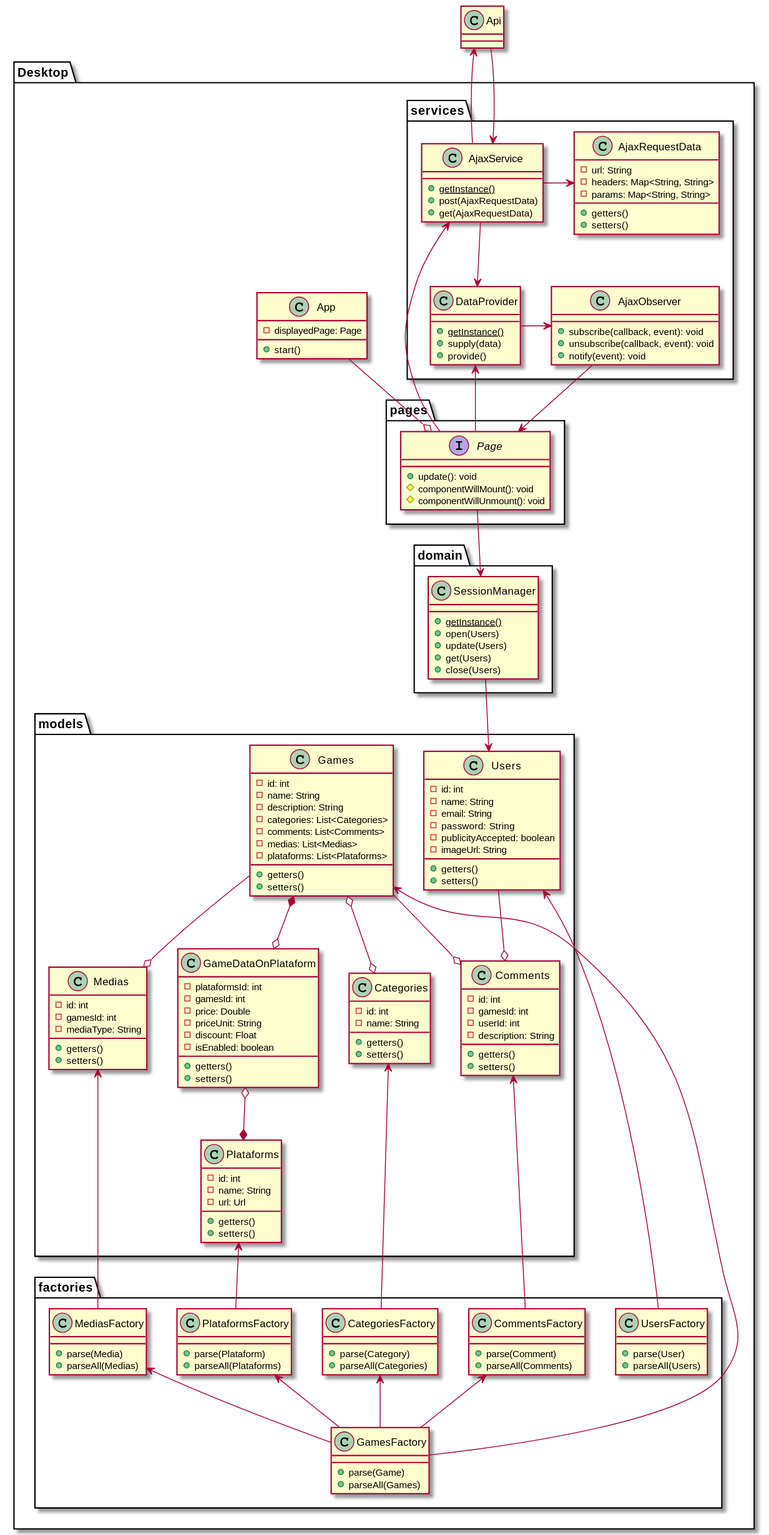
The PlantUML diagram docs/diagrams/out/Client Class Diagram.svg in DainWs/VoidEyeGames, before a commit. Source of this version:
```plantuml
@startuml Client Class Diagram
skinparam groupInheritance 5

class Api {}

namespace Desktop {
 namespace pages {
  interface Page {
    +update(): void
    #componentWillMount(): void
    #componentWillUnmount(): void
  }
 }
 namespace models {
  class Games {
   -id: int
   -name: String
   -description: String
   -categories: List<Categories>
   -comments: List<Comments>
   -medias: List<Medias>
   -plataforms: List<Plataforms>
   +getters()
   +setters()
  }
  class Categories {
   -id: int
   -name: String
   +getters()
   +setters()
  }
  class Comments {
   -id: int
   -gamesId: int
   -userId: int
   -description: String
   +getters()
   +setters()
  }
  class Medias {
   -id: int
   -gamesId: int
   -mediaType: String
   +getters()
   +setters()
  }
  class GameDataOnPlataform {
   -plataformsId: int
   -gamesId: int
   -price: Double
   -priceUnit: String
   -discount: Float
   -isEnabled: boolean
   +getters()
   +setters()
  }
  class Plataforms {
   -id: int
   -name: String
   -url: Url
   +getters()
   +setters()
  }
  class Users {
   -id: int
   -name: String
   -email: String
   -password: String
   -publicityAccepted: boolean
   -imageUrl: String
   +getters()
   +setters()
  }
  Games *--o GameDataOnPlataform
  GameDataOnPlataform o--* Plataforms
  Games o--o Categories
  Games --o Comments
  Users --o Comments
  Games --o Medias
 }
 namespace factories {
  class UsersFactory {
   +parse(User)
   +parseAll(Users)
  }
  Desktop.models.Users <-u- UsersFactory
  class GamesFactory {
   +parse(Game)
   +parseAll(Games)
  }
  Desktop.models.Games <--r-- GamesFactory
  class CategoriesFactory {
   +parse(Category)
   +parseAll(Categories)
  }
  Desktop.models.Categories <-down-- CategoriesFactory
  class MediasFactory {
   +parse(Media)
   +parseAll(Medias)
   }
  Desktop.models.Medias <-down-- MediasFactory
  class CommentsFactory {
   +parse(Comment)
   +parseAll(Comments)
  }
  Desktop.models.Comments <-down-- CommentsFactory
  class PlataformsFactory {
   +parse(Plataform)
   +parseAll(Plataforms)
  }
  Desktop.models.Plataforms <--- PlataformsFactory
  GamesFactory -u-> CategoriesFactory
  GamesFactory -u-> MediasFactory
  GamesFactory -u-> CommentsFactory
  GamesFactory -u-> PlataformsFactory
 }
 namespace domain {
	class SessionManager {
		+{static} getInstance()
		+open(Users)
		+update(Users)
		+get(Users)
		+close(Users)
	}
 }
 namespace services {
	class AjaxRequestData {
          -url: String
          -headers: Map<String, String>
          -params: Map<String, String>
          +getters()
          +setters()
        }
	class AjaxService {
		+{static} getInstance()
		+post(AjaxRequestData)
		+get(AjaxRequestData)
	}
        class DataProvider {
          +{static} getInstance()
          +supply(data)
          +provide()
        }
        class AjaxObserver {
         +subscribe(callback, event): void
         +unsubscribe(callback, event): void
         +notify(event): void
        }
	AjaxRequestData <-l- AjaxService
        AjaxService -d-> DataProvider
        DataProvider -r-> AjaxObserver
        AjaxObserver -d-> Desktop.pages.Page
 }
 Desktop.services.AjaxService <-- Desktop.pages.Page
 Desktop.services.DataProvider <-- Desktop.pages.Page
 Desktop.domain.SessionManager <-u- Desktop.pages.Page
 Desktop.domain.SessionManager -d-> Desktop.models.Users

 class App {
   -displayedPage: Page
   +start()
 }
 App -d-o Desktop.pages.Page
 Desktop.services.AjaxService -u-> .Api
 Desktop.services.AjaxService <-u- .Api
}
@enduml
```
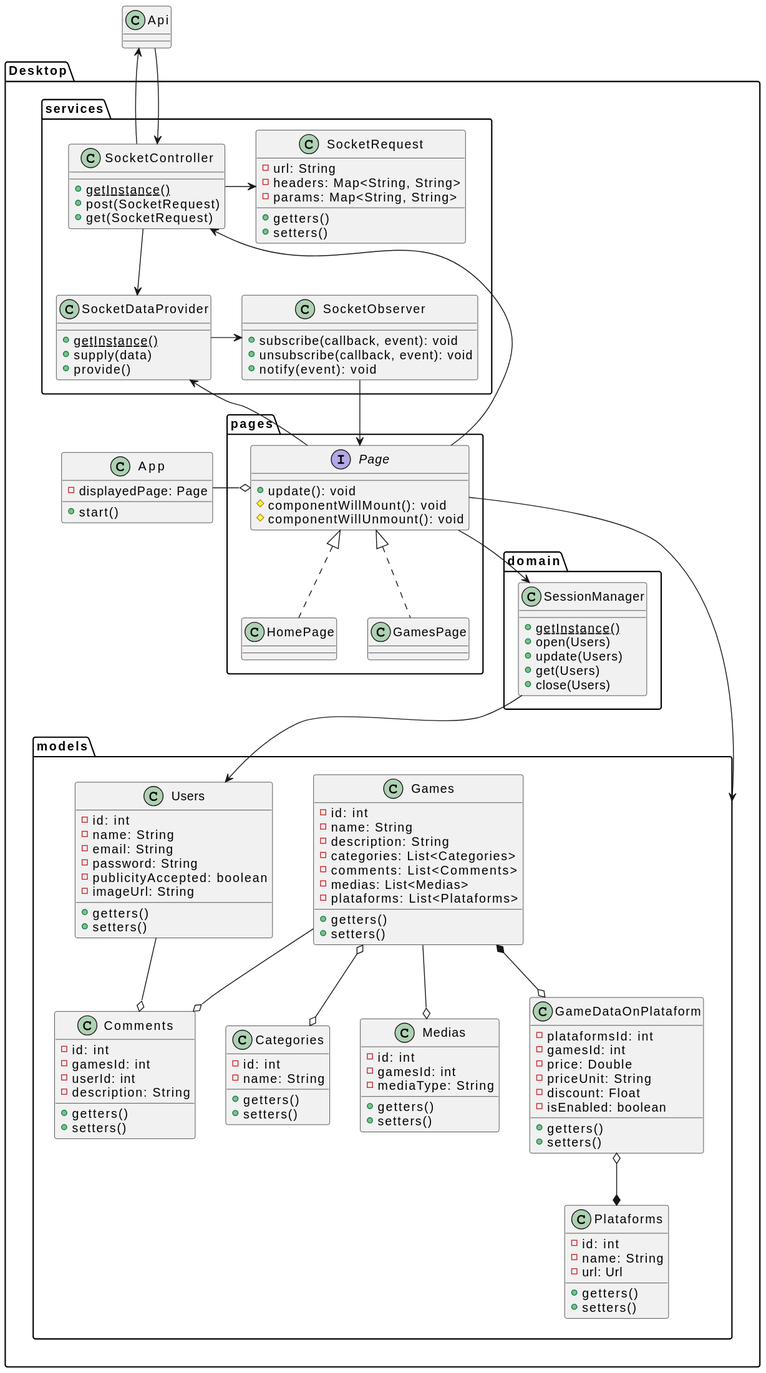
The same diagram one commit later.

What changed in the source:
```diff
@@ -1,4 +1,4 @@
-@startuml Client Class Diagram
+@startuml
 skinparam groupInheritance 5
 
 class Api {}
@@ -10,6 +10,8 @@
     #componentWillMount(): void
     #componentWillUnmount(): void
   }
+  class HomePage implements Page {}
+  class GamesPage implements Page {}
  }
  namespace models {
   class Games {
@@ -78,42 +80,6 @@
   Users --o Comments
   Games --o Medias
  }
- namespace factories {
-  class UsersFactory {
-   +parse(User)
-   +parseAll(Users)
-  }
-  Desktop.models.Users <-u- UsersFactory
-  class GamesFactory {
-   +parse(Game)
-   +parseAll(Games)
-  }
-  Desktop.models.Games <--r-- GamesFactory
-  class CategoriesFactory {
-   +parse(Category)
-   +parseAll(Categories)
-  }
-  Desktop.models.Categories <-down-- CategoriesFactory
-  class MediasFactory {
-   +parse(Media)
-   +parseAll(Medias)
-   }
-  Desktop.models.Medias <-down-- MediasFactory
-  class CommentsFactory {
-   +parse(Comment)
-   +parseAll(Comments)
-  }
-  Desktop.models.Comments <-down-- CommentsFactory
-  class PlataformsFactory {
-   +parse(Plataform)
-   +parseAll(Plataforms)
-  }
-  Desktop.models.Plataforms <--- PlataformsFactory
-  GamesFactory -u-> CategoriesFactory
-  GamesFactory -u-> MediasFactory
-  GamesFactory -u-> CommentsFactory
-  GamesFactory -u-> PlataformsFactory
- }
  namespace domain {
 	class SessionManager {
 		+{static} getInstance()
@@ -124,35 +90,36 @@
 	}
  }
  namespace services {
-	class AjaxRequestData {
-          -url: String
-          -headers: Map<String, String>
-          -params: Map<String, String>
-          +getters()
-          +setters()
-        }
-	class AjaxService {
+	class SocketRequest {
+		-url: String
+		-headers: Map<String, String>
+		-params: Map<String, String>
+		+getters()
+		+setters()
+    }
+	class SocketController {
 		+{static} getInstance()
-		+post(AjaxRequestData)
-		+get(AjaxRequestData)
+		+post(SocketRequest)
+		+get(SocketRequest)
 	}
-        class DataProvider {
-          +{static} getInstance()
-          +supply(data)
-          +provide()
-        }
-        class AjaxObserver {
-         +subscribe(callback, event): void
-         +unsubscribe(callback, event): void
-         +notify(event): void
-        }
-	AjaxRequestData <-l- AjaxService
-        AjaxService -d-> DataProvider
-        DataProvider -r-> AjaxObserver
-        AjaxObserver -d-> Desktop.pages.Page
+	class SocketDataProvider {
+		+{static} getInstance()
+		+supply(data)
+		+provide()
+	}
+	class SocketObserver {
+		+subscribe(callback, event): void
+		+unsubscribe(callback, event): void
+		+notify(event): void
+	}
+	SocketRequest <-l- SocketController
+	SocketController -d-> SocketDataProvider
+	SocketDataProvider -r-> SocketObserver
+	SocketObserver -d-> Desktop.pages.Page
  }
- Desktop.services.AjaxService <-- Desktop.pages.Page
- Desktop.services.DataProvider <-- Desktop.pages.Page
+ Desktop.services.SocketController <-- Desktop.pages.Page
+ Desktop.services.SocketDataProvider <-- Desktop.pages.Page
+ Desktop.models <-- Desktop.pages.Page
  Desktop.domain.SessionManager <-u- Desktop.pages.Page
  Desktop.domain.SessionManager -d-> Desktop.models.Users
 
@@ -160,8 +127,8 @@
    -displayedPage: Page
    +start()
  }
- App -d-o Desktop.pages.Page
- Desktop.services.AjaxService -u-> .Api
- Desktop.services.AjaxService <-u- .Api
+ App -l-o Desktop.pages.Page
+ Desktop.services.SocketController -u-> .Api
+ Desktop.services.SocketController <-u- .Api
 }
 @enduml
```
